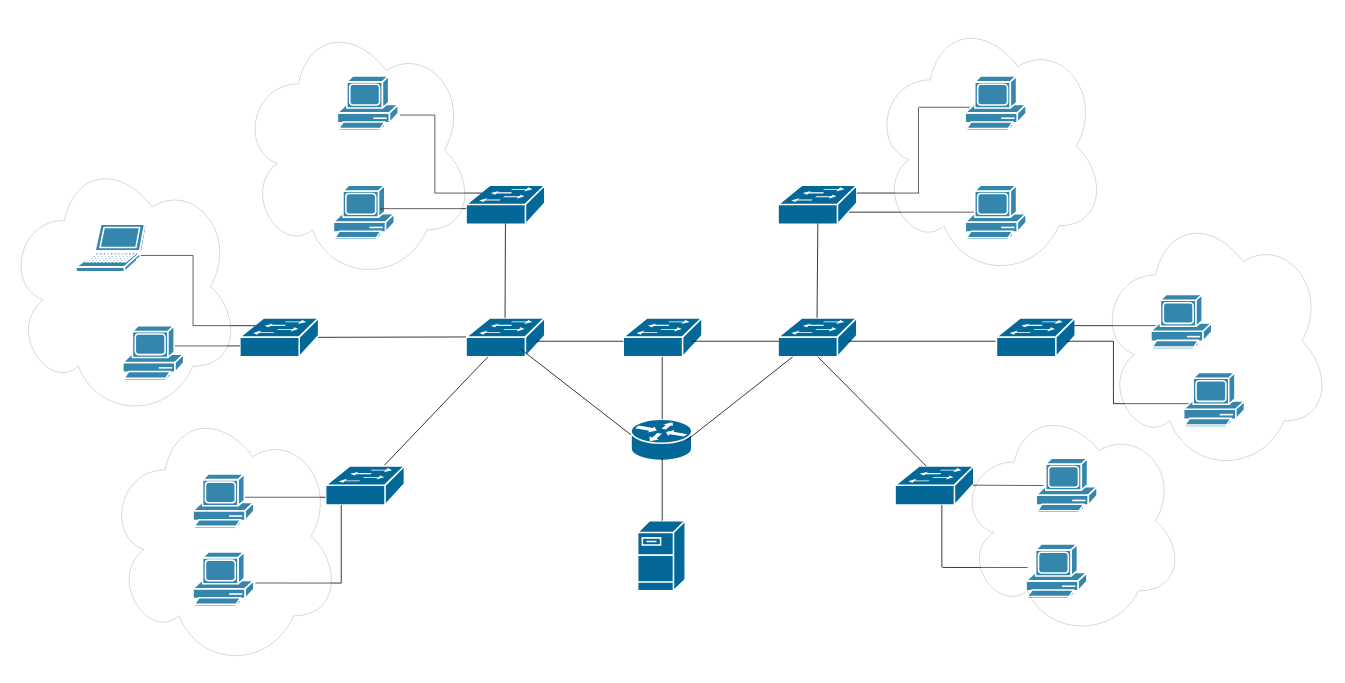
The draw.io diagram Диаграмма без названия.drawio in dibovdmitry/Project, before the edit. Source tidied: cells renumbered, new cells numbered last; positions are measured from the earlier drawing's top-left corner, leaving out a move shared by most shapes. Both pictures are drawn from the tidied source at 78%, with x=0, y=0 at pixel (5, 13).
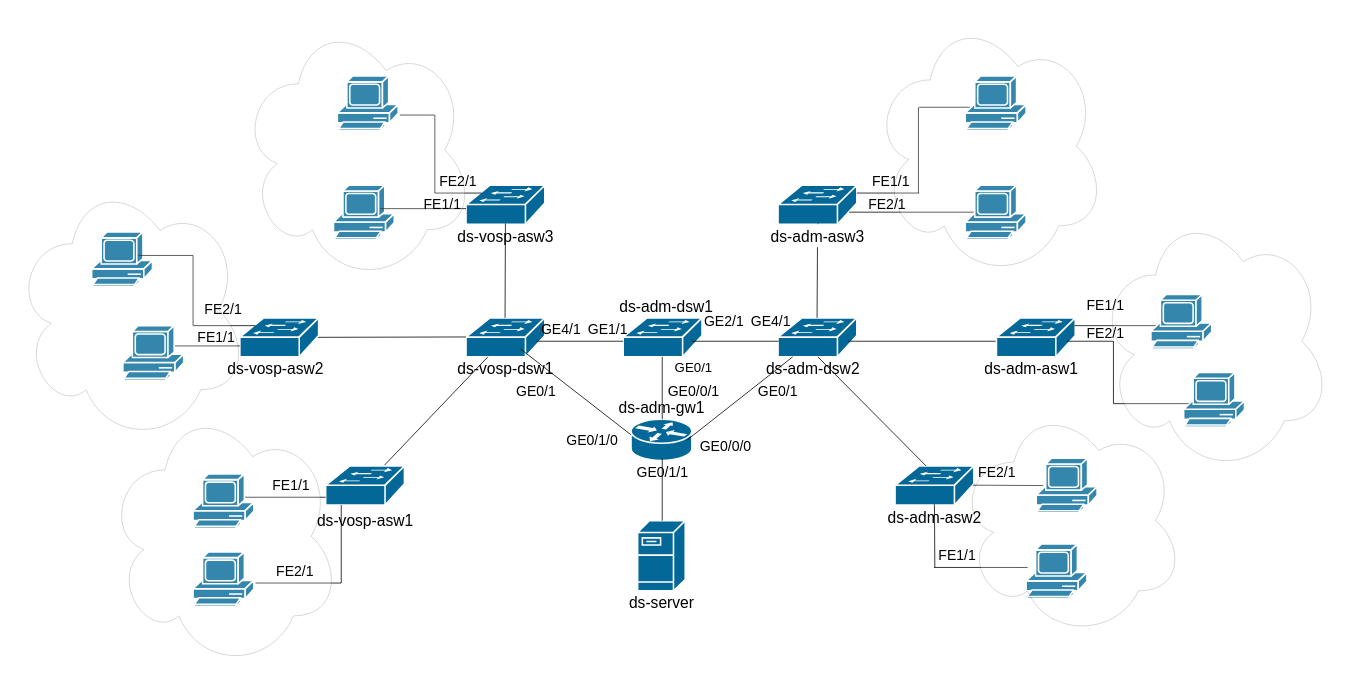
The same diagram, later.

The change refers to these unchanged cells:
```xml
<mxCell id="23" style="shape=mxgraph.cisco.switches.workgroup_switch;sketch=0;html=1;dashed=0;fillColor=#036897;strokeColor=#ffffff;strokeWidth=2;verticalLabelPosition=bottom;verticalAlign=top;align=center;outlineConnect=0;" parent="1" vertex="1">
  <mxGeometry x="1140" y="580" width="101" height="50" as="geometry" />
</mxCell>
<mxCell id="46" style="shape=mxgraph.cisco.computers_and_peripherals.pc;sketch=0;html=1;dashed=0;fillColor=#036897;strokeColor=#ffffff;strokeWidth=2;verticalLabelPosition=bottom;verticalAlign=top;align=center;outlineConnect=0;" parent="1" vertex="1">
  <mxGeometry x="1308" y="680" width="78" height="70" as="geometry" />
</mxCell>
```

What changed in the source:
```diff
@@
-    <mxCell id="16" style="endArrow=none;html=1;rounded=0;entryX=0.5;entryY=0.98;entryDx=0;entryDy=0;entryPerimeter=0;" parent="1" edge="1">
+    <mxCell id="16" style="endArrow=none;html=1;rounded=0;entryX=0.5;entryY=0.98;entryDx=0;entryDy=0;entryPerimeter=0;" parent="1" edge="1" source="72">
       <mxGeometry relative="1" as="geometry">
-        <mxPoint x="1040" y="390" as="sourcePoint" />
         <mxPoint x="1041" y="269" as="targetPoint" />
       </mxGeometry>
     </mxCell>
@@
-    <mxCell id="34" style="endArrow=none;html=1;rounded=0;" parent="1" edge="1">
-      <mxGeometry relative="1" as="geometry">
-        <mxPoint x="170" y="310" as="sourcePoint" />
-        <mxPoint x="240" y="310" as="targetPoint" />
-      </mxGeometry>
-    </mxCell>
-    <mxCell id="35" style="shape=mxgraph.cisco.computers_and_peripherals.laptop;sketch=0;html=1;dashed=0;fillColor=#036897;strokeColor=#ffffff;strokeWidth=2;verticalLabelPosition=bottom;verticalAlign=top;align=center;" parent="1" vertex="1">
-      <mxGeometry x="90" y="270" width="90" height="61" as="geometry" />
-    </mxCell>
@@
-    <mxCell id="37" style="ellipse;shape=cloud;whiteSpace=wrap;html=1;opacity=20;" parent="1" vertex="1">
-      <mxGeometry y="180" width="300" height="340" as="geometry" />
-    </mxCell>
@@
-    <mxCell id="40" style="endArrow=none;html=1;rounded=0;" parent="1" edge="1">
-      <mxGeometry relative="1" as="geometry">
-        <mxPoint x="1200" y="710" as="sourcePoint" />
-        <mxPoint x="1200" y="630" as="targetPoint" />
-      </mxGeometry>
-    </mxCell>
     <mxCell id="41" style="endArrow=none;html=1;rounded=0;entryX=0.026;entryY=0.429;entryDx=0;entryDy=0;entryPerimeter=0;" parent="1" edge="1" target="46">
       <mxGeometry relative="1" as="geometry">
-        <mxPoint x="1201" y="710" as="sourcePoint" />
+        <mxPoint x="1190" y="710" as="sourcePoint" />
       </mxGeometry>
     </mxCell>
@@
+    <mxCell id="65" style="shape=mxgraph.cisco.computers_and_peripherals.pc;sketch=0;html=1;dashed=0;fillColor=#036897;strokeColor=#ffffff;strokeWidth=2;verticalLabelPosition=bottom;verticalAlign=top;align=center;" parent="1" vertex="1">
+      <mxGeometry x="110" y="280" width="78" height="70" as="geometry" />
+    </mxCell>
+    <mxCell id="66" style="endArrow=none;html=1;rounded=0;" parent="1" edge="1">
+      <mxGeometry relative="1" as="geometry">
+        <mxPoint x="170" y="310" as="sourcePoint" />
+        <mxPoint x="240" y="310" as="targetPoint" />
+      </mxGeometry>
+    </mxCell>
+    <mxCell id="37" style="ellipse;shape=cloud;whiteSpace=wrap;html=1;opacity=20;" parent="1" vertex="1">
+      <mxGeometry x="10" y="210" width="300" height="340" as="geometry" />
+    </mxCell>
+    <mxCell id="67" value="&lt;font style=&quot;font-size: 20px;&quot;&gt;ds-server&lt;/font&gt;" style="text;html=1;strokeColor=none;fillColor=none;align=center;verticalAlign=middle;whiteSpace=wrap;rounded=0;" parent="1" vertex="1">
+      <mxGeometry x="790.5" y="740" width="100" height="30" as="geometry" />
+    </mxCell>
+    <mxCell id="68" value="&lt;font style=&quot;font-size: 20px;&quot;&gt;ds-adm-dsw1&lt;/font&gt;" style="text;html=1;strokeColor=none;fillColor=none;align=center;verticalAlign=middle;whiteSpace=wrap;rounded=0;" parent="1" vertex="1">
+      <mxGeometry x="782" y="360" width="129.5" height="30" as="geometry" />
+    </mxCell>
+    <mxCell id="69" value="&lt;font style=&quot;font-size: 20px;&quot;&gt;ds-adm-gw1&lt;/font&gt;" style="text;html=1;strokeColor=none;fillColor=none;align=center;verticalAlign=middle;whiteSpace=wrap;rounded=0;" parent="1" vertex="1">
+      <mxGeometry x="780.5" y="490" width="120" height="30" as="geometry" />
+    </mxCell>
+    <mxCell id="70" value="&lt;font style=&quot;font-size: 20px;&quot;&gt;ds-adm-dsw2&lt;/font&gt;" style="text;html=1;strokeColor=none;fillColor=none;align=center;verticalAlign=middle;whiteSpace=wrap;rounded=0;" parent="1" vertex="1">
+      <mxGeometry x="970" y="440" width="129.5" height="30" as="geometry" />
+    </mxCell>
+    <mxCell id="71" style="endArrow=none;html=1;rounded=0;entryX=0.5;entryY=0.98;entryDx=0;entryDy=0;entryPerimeter=0;" parent="1" edge="1" target="72">
+      <mxGeometry relative="1" as="geometry">
+        <mxPoint x="1040" y="390" as="sourcePoint" />
+      </mxGeometry>
+    </mxCell>
+    <mxCell id="72" value="&lt;font style=&quot;font-size: 20px;&quot;&gt;ds-adm-asw3&lt;/font&gt;" style="text;html=1;strokeColor=none;fillColor=none;align=center;verticalAlign=middle;whiteSpace=wrap;rounded=0;" parent="1" vertex="1">
+      <mxGeometry x="975.8" y="270" width="129.5" height="30" as="geometry" />
+    </mxCell>
+    <mxCell id="73" value="&lt;font style=&quot;font-size: 20px;&quot;&gt;ds-adm-asw1&lt;/font&gt;" style="text;html=1;strokeColor=none;fillColor=none;align=center;verticalAlign=middle;whiteSpace=wrap;rounded=0;" parent="1" vertex="1">
+      <mxGeometry x="1250" y="440" width="129.5" height="30" as="geometry" />
+    </mxCell>
+    <mxCell id="74" style="endArrow=none;html=1;rounded=0;entryX=0.5;entryY=0.98;entryDx=0;entryDy=0;entryPerimeter=0;" parent="1" edge="1" target="23">
+      <mxGeometry relative="1" as="geometry">
+        <mxPoint x="1191" y="710" as="sourcePoint" />
+      </mxGeometry>
+    </mxCell>
+    <mxCell id="75" value="&lt;font style=&quot;font-size: 20px;&quot;&gt;ds-adm-asw2&lt;/font&gt;" style="text;html=1;strokeColor=none;fillColor=none;align=center;verticalAlign=middle;whiteSpace=wrap;rounded=0;" parent="1" vertex="1">
+      <mxGeometry x="1125.8" y="630" width="129.5" height="30" as="geometry" />
+    </mxCell>
+    <mxCell id="76" value="&lt;font style=&quot;font-size: 20px;&quot;&gt;ds-vosp-dsw1&lt;/font&gt;" style="text;html=1;strokeColor=none;fillColor=none;align=center;verticalAlign=middle;whiteSpace=wrap;rounded=0;" parent="1" vertex="1">
+      <mxGeometry x="575.8" y="440" width="129.5" height="30" as="geometry" />
+    </mxCell>
+    <mxCell id="77" value="&lt;font style=&quot;font-size: 20px;&quot;&gt;ds-vosp-asw3&lt;/font&gt;" style="text;html=1;strokeColor=none;fillColor=none;align=center;verticalAlign=middle;whiteSpace=wrap;rounded=0;" parent="1" vertex="1">
+      <mxGeometry x="575.8" y="270" width="129.5" height="30" as="geometry" />
+    </mxCell>
+    <mxCell id="78" value="&lt;font style=&quot;font-size: 20px;&quot;&gt;ds-vosp-asw2&lt;/font&gt;" style="text;html=1;strokeColor=none;fillColor=none;align=center;verticalAlign=middle;whiteSpace=wrap;rounded=0;" parent="1" vertex="1">
+      <mxGeometry x="280.5" y="440" width="129.5" height="30" as="geometry" />
+    </mxCell>
+    <mxCell id="79" value="&lt;font style=&quot;font-size: 20px;&quot;&gt;ds-vosp-asw1&lt;/font&gt;" style="text;html=1;strokeColor=none;fillColor=none;align=center;verticalAlign=middle;whiteSpace=wrap;rounded=0;" parent="1" vertex="1">
+      <mxGeometry x="395.8" y="635" width="129.5" height="30" as="geometry" />
+    </mxCell>
+    <mxCell id="80" value="&lt;font style=&quot;font-size: 17px;&quot;&gt;GE0/1&lt;/font&gt;" style="text;html=1;strokeColor=none;fillColor=none;align=center;verticalAlign=middle;whiteSpace=wrap;rounded=0;strokeWidth=1;" parent="1" vertex="1">
+      <mxGeometry x="852" y="440" width="60" height="30" as="geometry" />
+    </mxCell>
+    <mxCell id="81" value="&lt;font style=&quot;font-size: 18px;&quot;&gt;GE0/1/1&lt;/font&gt;" style="text;html=1;strokeColor=none;fillColor=none;align=center;verticalAlign=middle;whiteSpace=wrap;rounded=0;" parent="1" vertex="1">
+      <mxGeometry x="812" y="573" width="60" height="30" as="geometry" />
+    </mxCell>
+    <mxCell id="82" value="&lt;font style=&quot;font-size: 18px;&quot;&gt;FE1/1&lt;/font&gt;" style="text;html=1;strokeColor=none;fillColor=none;align=center;verticalAlign=middle;whiteSpace=wrap;rounded=0;" parent="1" vertex="1">
+      <mxGeometry x="335.8" y="590" width="60" height="30" as="geometry" />
+    </mxCell>
+    <mxCell id="83" value="&lt;font style=&quot;font-size: 18px;&quot;&gt;FE2/1&lt;/font&gt;" style="text;html=1;strokeColor=none;fillColor=none;align=center;verticalAlign=middle;whiteSpace=wrap;rounded=0;" parent="1" vertex="1">
+      <mxGeometry x="341" y="700" width="60" height="30" as="geometry" />
+    </mxCell>
+    <mxCell id="84" value="&lt;font style=&quot;font-size: 18px;&quot;&gt;FE1/1&lt;/font&gt;" style="text;html=1;strokeColor=none;fillColor=none;align=center;verticalAlign=middle;whiteSpace=wrap;rounded=0;" parent="1" vertex="1">
+      <mxGeometry x="240" y="400" width="60" height="30" as="geometry" />
+    </mxCell>
+    <mxCell id="85" value="&lt;font style=&quot;font-size: 18px;&quot;&gt;FE2/1&lt;/font&gt;" style="text;html=1;strokeColor=none;fillColor=none;align=center;verticalAlign=middle;whiteSpace=wrap;rounded=0;" parent="1" vertex="1">
+      <mxGeometry x="249" y="365" width="60" height="30" as="geometry" />
+    </mxCell>
+    <mxCell id="86" value="&lt;font style=&quot;font-size: 18px;&quot;&gt;FE1/1&lt;/font&gt;" style="text;html=1;strokeColor=none;fillColor=none;align=center;verticalAlign=middle;whiteSpace=wrap;rounded=0;" parent="1" vertex="1">
+      <mxGeometry x="530" y="230" width="60" height="30" as="geometry" />
+    </mxCell>
+    <mxCell id="87" value="&lt;font style=&quot;font-size: 18px;&quot;&gt;FE2/1&lt;/font&gt;" style="text;html=1;strokeColor=none;fillColor=none;align=center;verticalAlign=middle;whiteSpace=wrap;rounded=0;" parent="1" vertex="1">
+      <mxGeometry x="550" y="200" width="60" height="30" as="geometry" />
+    </mxCell>
+    <mxCell id="88" value="&lt;font style=&quot;font-size: 18px;&quot;&gt;FE1/1&lt;/font&gt;" style="text;html=1;strokeColor=none;fillColor=none;align=center;verticalAlign=middle;whiteSpace=wrap;rounded=0;" parent="1" vertex="1">
+      <mxGeometry x="1105.2" y="200" width="60" height="30" as="geometry" />
+    </mxCell>
+    <mxCell id="89" value="&lt;font style=&quot;font-size: 18px;&quot;&gt;FE2/1&lt;/font&gt;" style="text;html=1;strokeColor=none;fillColor=none;align=center;verticalAlign=middle;whiteSpace=wrap;rounded=0;" parent="1" vertex="1">
+      <mxGeometry x="1099.5" y="230" width="60" height="30" as="geometry" />
+    </mxCell>
+    <mxCell id="90" value="&lt;font style=&quot;font-size: 18px;&quot;&gt;FE1/1&lt;/font&gt;" style="text;html=1;strokeColor=none;fillColor=none;align=center;verticalAlign=middle;whiteSpace=wrap;rounded=0;" parent="1" vertex="1">
+      <mxGeometry x="1379.5" y="360" width="60" height="30" as="geometry" />
+    </mxCell>
+    <mxCell id="91" value="&lt;font style=&quot;font-size: 18px;&quot;&gt;FE2/1&lt;/font&gt;" style="text;html=1;strokeColor=none;fillColor=none;align=center;verticalAlign=middle;whiteSpace=wrap;rounded=0;" parent="1" vertex="1">
+      <mxGeometry x="1379.5" y="395" width="60" height="30" as="geometry" />
+    </mxCell>
+    <mxCell id="92" value="&lt;font style=&quot;font-size: 18px;&quot;&gt;FE2/1&lt;/font&gt;" style="text;html=1;strokeColor=none;fillColor=none;align=center;verticalAlign=middle;whiteSpace=wrap;rounded=0;" parent="1" vertex="1">
+      <mxGeometry x="1241" y="573" width="60" height="30" as="geometry" />
+    </mxCell>
+    <mxCell id="93" value="&lt;font style=&quot;font-size: 18px;&quot;&gt;FE1/1&lt;/font&gt;" style="text;html=1;strokeColor=none;fillColor=none;align=center;verticalAlign=middle;whiteSpace=wrap;rounded=0;" parent="1" vertex="1">
+      <mxGeometry x="1190" y="680" width="60" height="30" as="geometry" />
+    </mxCell>
+    <mxCell id="94" value="&lt;font style=&quot;font-size: 18px;&quot;&gt;GE0/1/0&lt;/font&gt;" style="text;html=1;strokeColor=none;fillColor=none;align=center;verticalAlign=middle;whiteSpace=wrap;rounded=0;" parent="1" vertex="1">
+      <mxGeometry x="722" y="531.5" width="60" height="30" as="geometry" />
+    </mxCell>
+    <mxCell id="95" value="&lt;font style=&quot;font-size: 18px;&quot;&gt;GE0/0/0&lt;/font&gt;" style="text;html=1;strokeColor=none;fillColor=none;align=center;verticalAlign=middle;whiteSpace=wrap;rounded=0;" parent="1" vertex="1">
+      <mxGeometry x="892.5" y="540" width="60" height="30" as="geometry" />
+    </mxCell>
+    <mxCell id="96" value="&lt;font style=&quot;font-size: 18px;&quot;&gt;GE0/0/1&lt;/font&gt;" style="text;html=1;strokeColor=none;fillColor=none;align=center;verticalAlign=middle;whiteSpace=wrap;rounded=0;" parent="1" vertex="1">
+      <mxGeometry x="851.5" y="470" width="60" height="30" as="geometry" />
+    </mxCell>
+    <mxCell id="97" value="&lt;font style=&quot;font-size: 18px;&quot;&gt;GE0/1&lt;/font&gt;" style="text;html=1;strokeColor=none;fillColor=none;align=center;verticalAlign=middle;whiteSpace=wrap;rounded=0;" parent="1" vertex="1">
+      <mxGeometry x="650" y="470" width="60" height="30" as="geometry" />
+    </mxCell>
+    <mxCell id="98" value="&lt;font style=&quot;font-size: 18px;&quot;&gt;GE0/1&lt;/font&gt;" style="text;html=1;strokeColor=none;fillColor=none;align=center;verticalAlign=middle;whiteSpace=wrap;rounded=0;" parent="1" vertex="1">
+      <mxGeometry x="960" y="470" width="60" height="30" as="geometry" />
+    </mxCell>
+    <mxCell id="99" value="&lt;font style=&quot;font-size: 18px;&quot;&gt;GE4/1&lt;/font&gt;" style="text;html=1;strokeColor=none;fillColor=none;align=center;verticalAlign=middle;whiteSpace=wrap;rounded=0;" parent="1" vertex="1">
+      <mxGeometry x="950.5" y="380" width="60" height="30" as="geometry" />
+    </mxCell>
+    <mxCell id="100" value="&lt;font style=&quot;font-size: 18px;&quot;&gt;GE2/1&lt;/font&gt;" style="text;html=1;strokeColor=none;fillColor=none;align=center;verticalAlign=middle;whiteSpace=wrap;rounded=0;" parent="1" vertex="1">
+      <mxGeometry x="890.5" y="380" width="60" height="30" as="geometry" />
+    </mxCell>
+    <mxCell id="101" value="&lt;font style=&quot;font-size: 18px;&quot;&gt;GE1/1&lt;/font&gt;" style="text;html=1;strokeColor=none;fillColor=none;align=center;verticalAlign=middle;whiteSpace=wrap;rounded=0;" parent="1" vertex="1">
+      <mxGeometry x="741.5" y="390" width="60" height="30" as="geometry" />
+    </mxCell>
+    <mxCell id="102" value="&lt;font style=&quot;font-size: 18px;&quot;&gt;GE4/1&lt;/font&gt;" style="text;html=1;strokeColor=none;fillColor=none;align=center;verticalAlign=middle;whiteSpace=wrap;rounded=0;" parent="1" vertex="1">
+      <mxGeometry x="681.5" y="390" width="60" height="30" as="geometry" />
+    </mxCell>
```
